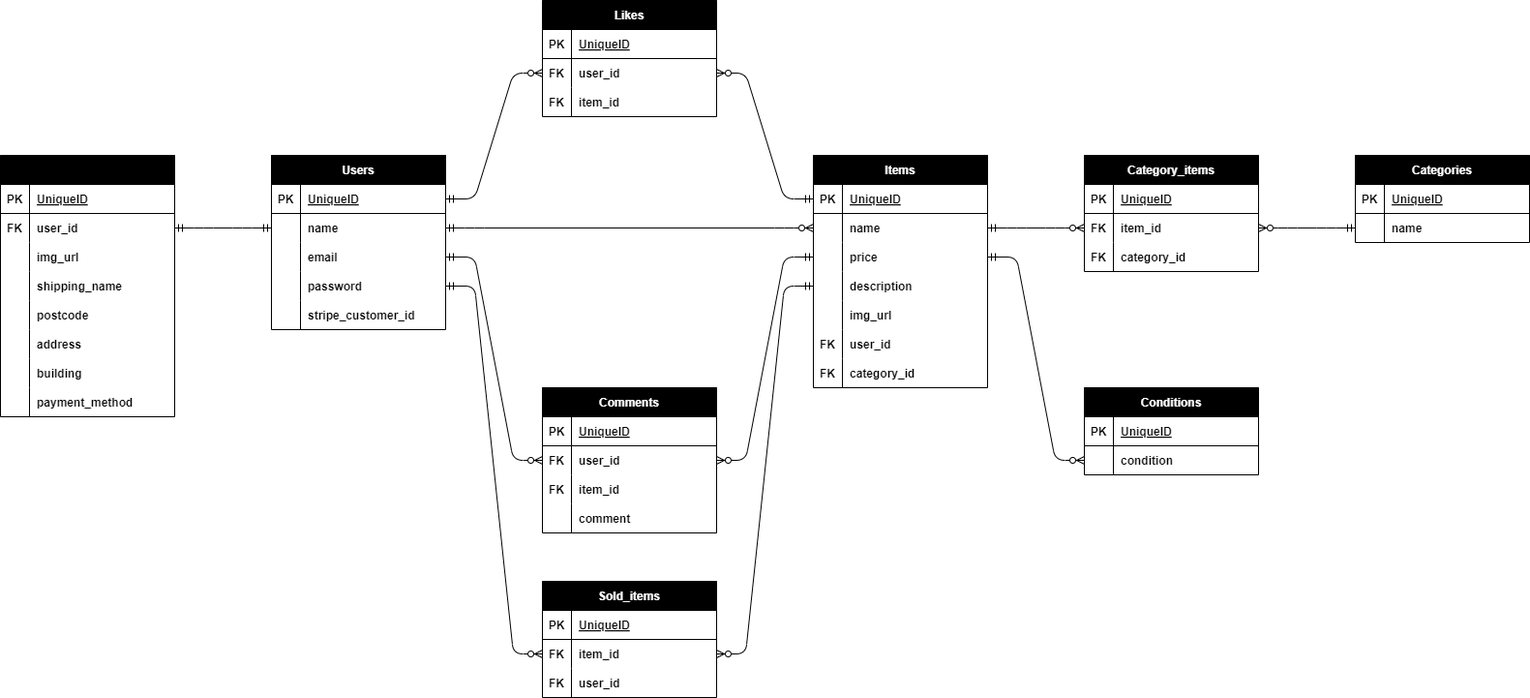
ishikawashinnya/Flea-Market keeps this draw.io diagram as img/table_ER.drawio.png. Above is the earlier version. Source tidied: cells renumbered, new cells last; positions are measured from the earlier drawing's top-left corner, leaving out a move shared by most shapes.
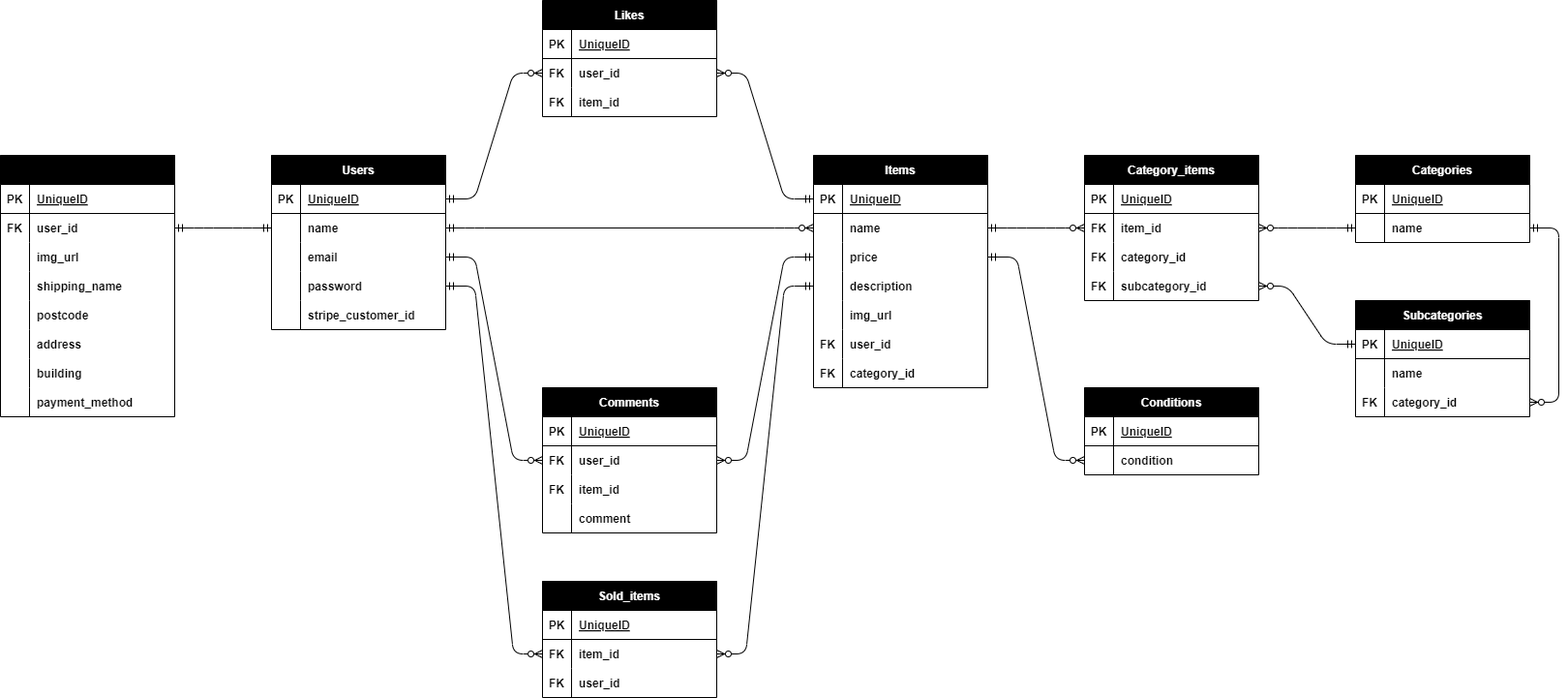
The same file after the commit.

Change to the diagram source:
```diff
@@ -291,7 +291,7 @@
       <mxGeometry x="30" width="150" height="30" as="geometry" />
     </mxCell>
     <mxCell id="98" value="Category_items" style="shape=table;startSize=30;rowLines=0;fontStyle=1;align=center;labelBorderColor=none;strokeColor=#000000;fontColor=#FFFFFF;fillColor=#000000;" parent="1" vertex="1">
-      <mxGeometry x="1120" y="160" width="180" height="120" as="geometry" />
+      <mxGeometry x="1120" y="160" width="180" height="150" as="geometry" />
     </mxCell>
     <mxCell id="99" style="shape=tableRow;horizontal=0;startSize=0;swimlaneHead=0;swimlaneBody=0;fillColor=none;top=0;left=0;right=0;bottom=1;labelBorderColor=none;strokeColor=#000000;fontColor=#000000;" parent="98" vertex="1">
       <mxGeometry y="30" width="180" height="30" as="geometry" />
@@ -320,6 +320,15 @@
     <mxCell id="107" value="category_id" style="shape=partialRectangle;fillColor=none;top=0;left=0;bottom=0;right=0;align=left;spacingLeft=6;overflow=hidden;labelBorderColor=none;strokeColor=#000000;fontColor=#000000;fontStyle=1;" parent="105" vertex="1">
       <mxGeometry x="30" width="150" height="30" as="geometry" />
     </mxCell>
+    <mxCell id="133" style="shape=tableRow;horizontal=0;startSize=0;swimlaneHead=0;swimlaneBody=0;fillColor=none;points=[[0,0.5],[1,0.5]];portConstraint=eastwest;top=0;left=0;right=0;bottom=0;" parent="98" vertex="1">
+      <mxGeometry y="120" width="180" height="30" as="geometry" />
+    </mxCell>
+    <mxCell id="134" value="FK" style="shape=partialRectangle;fillColor=none;top=0;left=0;bottom=0;right=0;fontStyle=1;overflow=hidden;fontColor=#000000;" parent="133" vertex="1">
+      <mxGeometry width="30" height="30" as="geometry" />
+    </mxCell>
+    <mxCell id="135" value="subcategory_id" style="shape=partialRectangle;fillColor=none;top=0;left=0;bottom=0;right=0;align=left;spacingLeft=6;fontStyle=1;overflow=hidden;fontColor=#000000;" parent="133" vertex="1">
+      <mxGeometry x="30" width="150" height="30" as="geometry" />
+    </mxCell>
     <mxCell id="108" value="Categories" style="shape=table;startSize=30;rowLines=0;fontStyle=1;align=center;labelBorderColor=none;strokeColor=#000000;fontColor=#FFFFFF;fillColor=#000000;" parent="1" vertex="1">
       <mxGeometry x="1400" y="160" width="180" height="90" as="geometry" />
     </mxCell>
@@ -395,5 +404,41 @@
     <mxCell id="132" style="edgeStyle=entityRelationEdgeStyle;fontSize=12;html=1;endArrow=ERzeroToMany;startArrow=ERmandOne;strokeColor=#000000;fontColor=#000000;entryX=1;entryY=0.5;entryDx=0;entryDy=0;exitX=0;exitY=0.5;exitDx=0;exitDy=0;" parent="1" edge="1" source="112" target="102">
       <mxGeometry relative="1" as="geometry" />
     </mxCell>
+    <mxCell id="136" value="Subcategories" style="shape=table;startSize=30;rowLines=0;fontStyle=1;align=center;labelBorderColor=none;strokeColor=#000000;fontColor=#FFFFFF;fillColor=#000000;" parent="1" vertex="1">
+      <mxGeometry x="1400" y="310" width="180" height="120" as="geometry" />
+    </mxCell>
+    <mxCell id="137" style="shape=tableRow;horizontal=0;startSize=0;swimlaneHead=0;swimlaneBody=0;fillColor=none;points=[[0,0.5],[1,0.5]];portConstraint=eastwest;top=0;left=0;right=0;bottom=1;labelBorderColor=none;strokeColor=#000000;fontColor=#000000;" parent="136" vertex="1">
+      <mxGeometry y="30" width="180" height="30" as="geometry" />
+    </mxCell>
+    <mxCell id="138" value="PK" style="shape=partialRectangle;fillColor=none;top=0;left=0;bottom=0;right=0;fontStyle=1;overflow=hidden;labelBorderColor=none;strokeColor=#000000;fontColor=#000000;" parent="137" vertex="1">
+      <mxGeometry width="30" height="30" as="geometry" />
+    </mxCell>
+    <mxCell id="139" value="UniqueID" style="shape=partialRectangle;fillColor=none;top=0;left=0;bottom=0;right=0;align=left;spacingLeft=6;fontStyle=5;overflow=hidden;labelBorderColor=none;strokeColor=#000000;fontColor=#000000;" parent="137" vertex="1">
+      <mxGeometry x="30" width="150" height="30" as="geometry" />
+    </mxCell>
+    <mxCell id="140" style="shape=tableRow;horizontal=0;startSize=0;swimlaneHead=0;swimlaneBody=0;fillColor=none;top=0;left=0;right=0;bottom=0;labelBorderColor=none;strokeColor=#000000;fontColor=#000000;" parent="136" vertex="1">
+      <mxGeometry y="60" width="180" height="30" as="geometry" />
+    </mxCell>
+    <mxCell id="141" style="shape=partialRectangle;fillColor=none;top=0;left=0;bottom=0;right=0;overflow=hidden;labelBorderColor=none;strokeColor=#000000;fontColor=#000000;fontStyle=1;" parent="140" vertex="1">
+      <mxGeometry width="30" height="30" as="geometry" />
+    </mxCell>
+    <mxCell id="142" value="name" style="shape=partialRectangle;fillColor=none;top=0;left=0;bottom=0;right=0;align=left;spacingLeft=6;overflow=hidden;labelBorderColor=none;strokeColor=#000000;fontColor=#000000;fontStyle=1;" parent="140" vertex="1">
+      <mxGeometry x="30" width="150" height="30" as="geometry" />
+    </mxCell>
+    <mxCell id="143" style="shape=tableRow;horizontal=0;startSize=0;swimlaneHead=0;swimlaneBody=0;fillColor=none;points=[[0,0.5],[1,0.5]];portConstraint=eastwest;top=0;left=0;right=0;bottom=0;fontColor=#000000;" parent="136" vertex="1">
+      <mxGeometry y="90" width="180" height="30" as="geometry" />
+    </mxCell>
+    <mxCell id="144" value="FK" style="shape=partialRectangle;fillColor=none;top=0;left=0;bottom=0;right=0;fontStyle=1;overflow=hidden;fontColor=#000000;" parent="143" vertex="1">
+      <mxGeometry width="30" height="30" as="geometry" />
+    </mxCell>
+    <mxCell id="145" value="category_id" style="shape=partialRectangle;fillColor=none;top=0;left=0;bottom=0;right=0;align=left;spacingLeft=6;fontStyle=1;overflow=hidden;fontColor=#000000;" parent="143" vertex="1">
+      <mxGeometry x="30" width="150" height="30" as="geometry" />
+    </mxCell>
+    <mxCell id="146" style="edgeStyle=entityRelationEdgeStyle;fontSize=12;html=1;endArrow=ERzeroToMany;startArrow=ERmandOne;fontColor=#000000;entryX=1;entryY=0.5;entryDx=0;entryDy=0;exitX=0;exitY=0.5;exitDx=0;exitDy=0;strokeColor=#000000;" parent="1" edge="1" source="137" target="133">
+      <mxGeometry relative="1" as="geometry" />
+    </mxCell>
+    <mxCell id="147" style="edgeStyle=entityRelationEdgeStyle;fontSize=12;html=1;endArrow=ERzeroToMany;startArrow=ERmandOne;strokeColor=#000000;fontColor=#000000;exitX=1;exitY=0.5;exitDx=0;exitDy=0;entryX=1;entryY=0.5;entryDx=0;entryDy=0;" parent="1" edge="1" source="112" target="143">
+      <mxGeometry relative="1" as="geometry" />
+    </mxCell>
   </root>
 </mxGraphModel>
```
